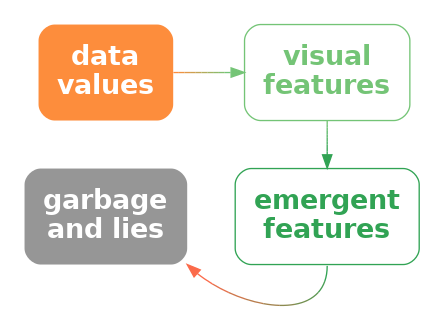
Before: Diagrams/data-vis-vis-lie.png, a diagram exported from Graphviz (pmur002/hdvw). Its source is kept beside it as Diagrams/data-vis-vis-lie.dot.
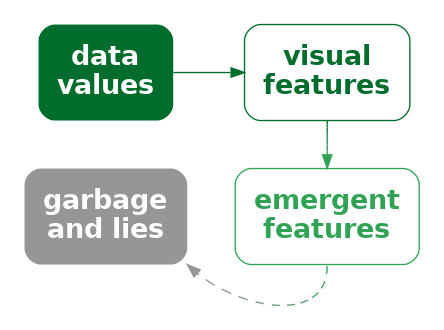
After the change.

What changed in the source:
```diff
@@ -1,15 +1,15 @@
 digraph {
   graph [ rankdir=LR; margin=.2; nodesep=.5 ];
   node [ fontsize=20; fontname="sans bold"; margin=.2 ];
-  data [ label="data\nvalues"; shape=box; style="filled, rounded"; penwidth=0; fontcolor=white; fillcolor="#FD8D3C" ]
+  data [ label="data\nvalues"; shape=box; style="filled, rounded"; penwidth=0; fontcolor=white; fillcolor="#006D2C" ]
   lie [ label="garbage\nand lies"; shape=box; style="filled, rounded"; penwidth=0; fontcolor=white; fillcolor="#969696" ]
   vis [ label="visual\nfeatures"; shape=box;
-     style="rounded"; color="#74C476"; fontcolor="#74C476" ]
+     style="rounded"; color="#006D2C"; fontcolor="#006D2C" ]
   add [ label="emergent\nfeatures"; shape=box;
      style="rounded"; color="#31A354"; fontcolor="#31A354" ]
-  data -> vis [ style="bold"; penwidth=1; color="#FD8D3C;0.1:#EE9342;0.1:#DF9949;0.1:#CF9F4F;0.1:#C0A556;0.1:#B1AC5C;0.1:#A2B263;0.1:#92B869;0.1:#83BE70;0.1:#74C476;0.1" ]
-  vis -> add [ style="solid", color="#74C476;0.1:#6DC072;0.1:#65BD6E;0.1:#5EB96B;0.1:#56B567;0.1:#4FB263;0.1:#47AE5F;0.1:#40AA5C;0.1:#38A758;0.1:#31A354;0.1" ]
-  add:s -> lie:se [ style="solid", color="#31A354;0.1:#479D53;0.1:#5E9652;0.1:#749051;0.1:#8B8A50;0.1:#A1834E;0.1:#B87D4D;0.1:#CE774C;0.1:#E5704B;0.1:#FB6A4A;0.1" ]
+  data -> vis [ style="bold"; penwidth=1; color="#006D2C" ]
+  vis -> add [ style="solid", color="#006D2C;0.1:#057330;0.1:#0B7935;0.1:#107F39;0.1:#16853E;0.1:#1B8B42;0.1:#219147;0.1:#26974B;0.1:#2C9D50;0.1:#31A354;0.1" ]
+  add:s -> lie:se [ style="dashed", color="#31A354;0.1:#3CA25B;0.1:#47A063;0.1:#539F6A;0.1:#5E9D71;0.1:#699C79;0.1:#749A80;0.1:#809987;0.1:#8B978F;0.1:#969696;0.1" ]
 { rank=same; data, lie }
 { rank=same; vis, add }
 }
```
